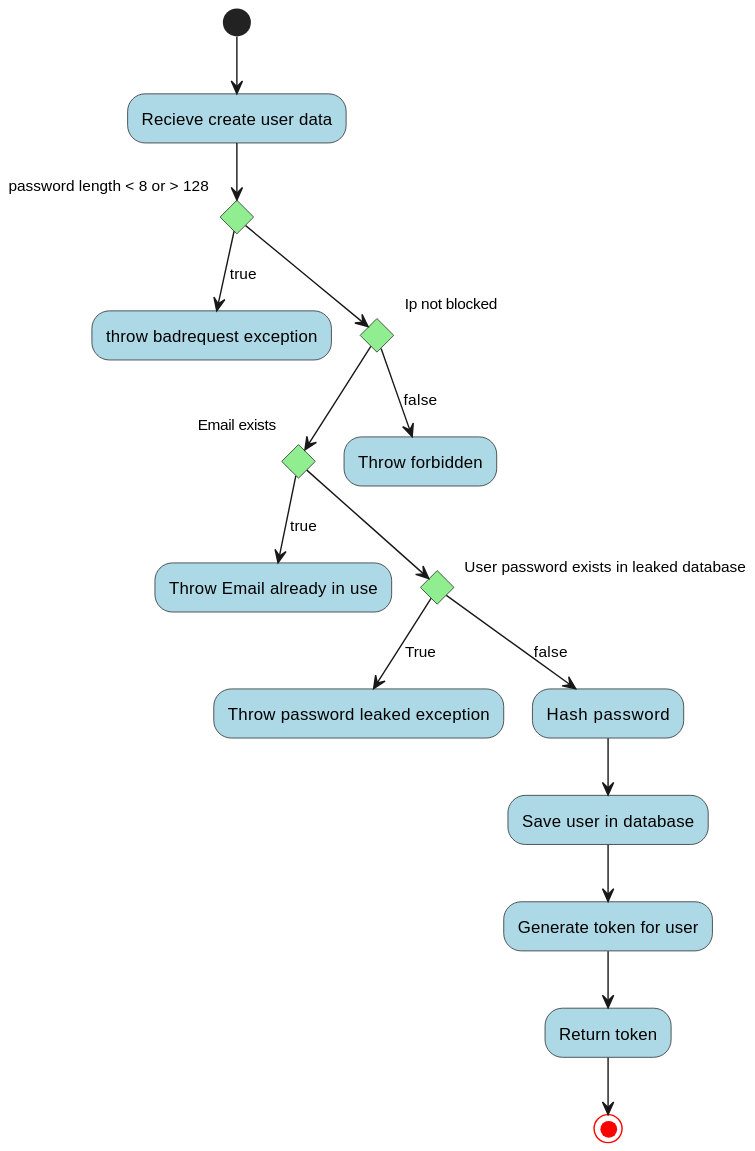
This is Docs/out/FlowCharts/CreateUserFlowChart/Create User Flowchart.svg from blackout1471/trust-us-school, a PlantUML export, as it was before one commit.
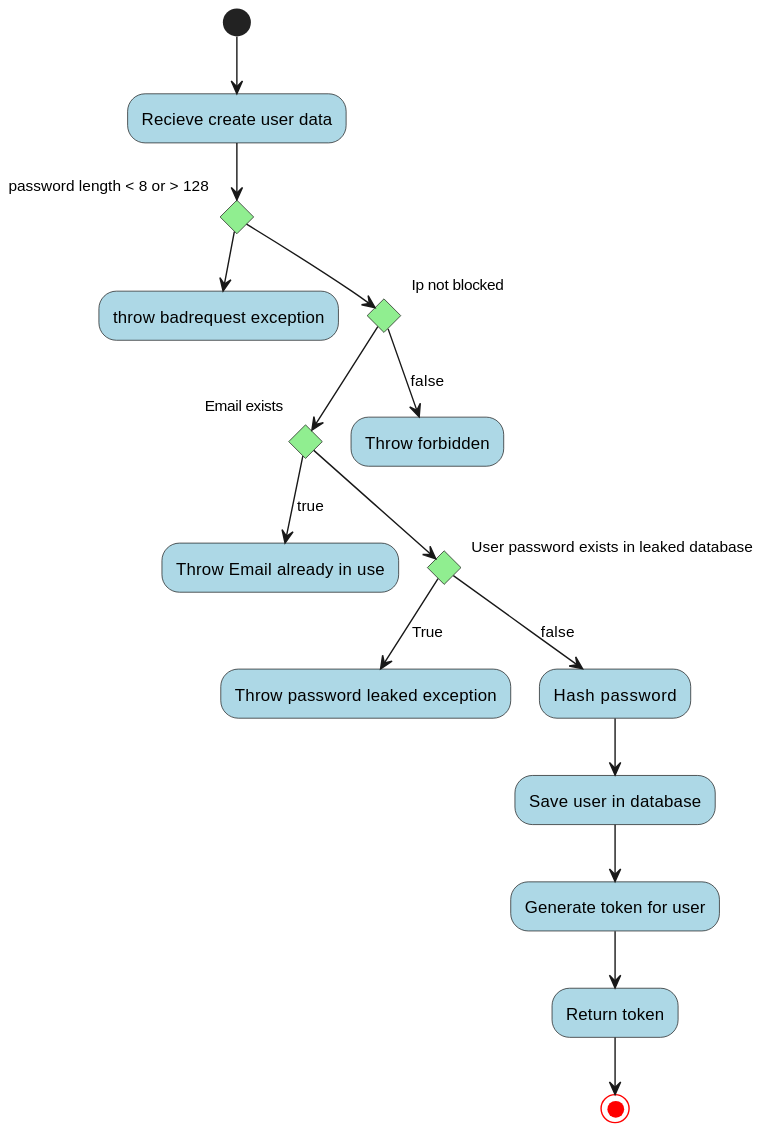
The same diagram one commit later.

Diff of the diagram source:
```diff
@@ -12,7 +12,7 @@
 
 (*) --> "Recieve create user data"
 if "password length < 8 or > 128" then
-  -->[true] throw badrequest exception
+  -->throw badrequest exception
 else
 if "Ip not blocked " then
 	if "Email exists" then
```
